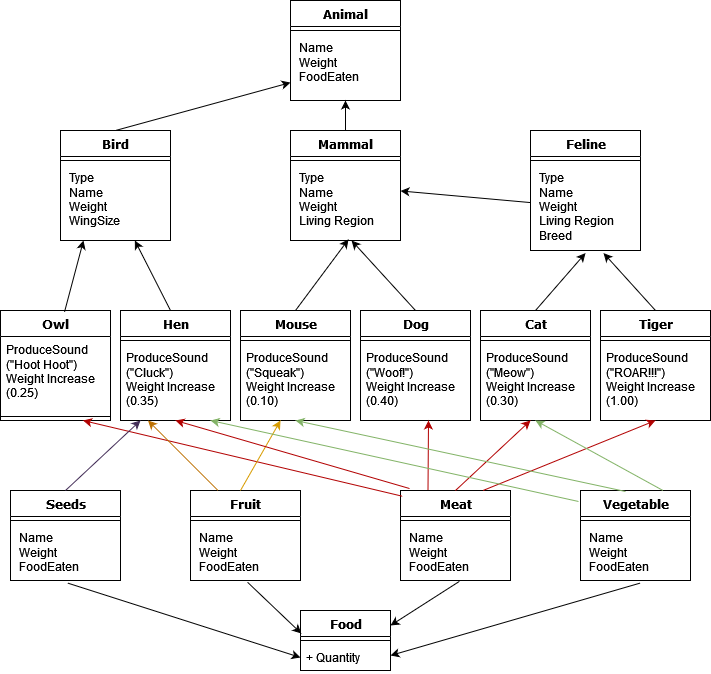
The draw.io diagram Csharp OOP/4_2_Polymorphism/4.WildFarm/4.WildFarm Hierarchy.drawio.png in Krasipeace/SoftUni, before a commit. Source tidied: cells renumbered, new cells last; positions are measured from the earlier drawing's top-left corner, leaving out a move shared by most shapes.
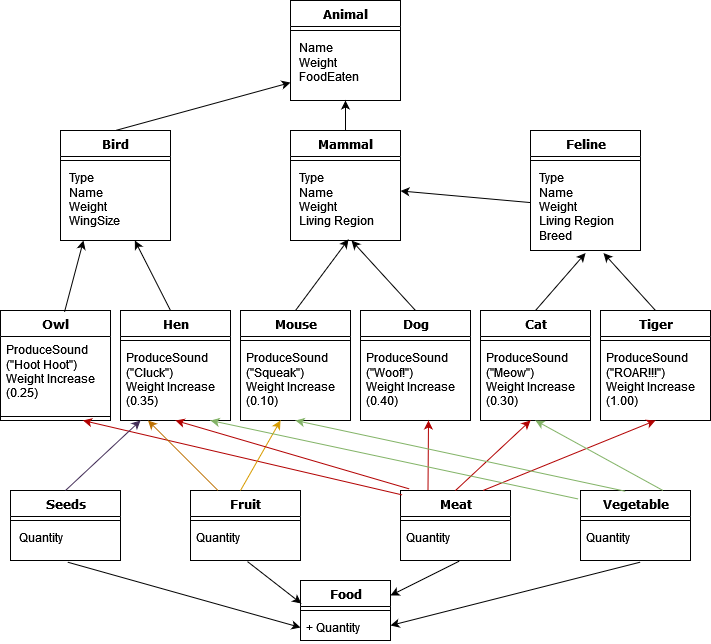
After the change.

The edit, as a diff of the source:
```diff
@@ -122,7 +122,7 @@
       <mxGeometry relative="1" as="geometry" />
     </mxCell>
     <mxCell id="41" value="Food" style="swimlane;html=1;fontStyle=1;align=center;verticalAlign=top;horizontal=1;startSize=26;swimlaneFillColor=#ffffff;rounded=0;shadow=0;comic=0;labelBackgroundColor=none;strokeWidth=1;fillColor=none;fontFamily=Verdana;fontSize=12;" parent="1" vertex="1">
-      <mxGeometry x="300" y="610" width="90" height="60" as="geometry" />
+      <mxGeometry x="300" y="580" width="90" height="60" as="geometry" />
     </mxCell>
     <mxCell id="42" style="line;html=1;strokeWidth=1;fillColor=none;align=left;verticalAlign=middle;spacingTop=-1;spacingLeft=3;spacingRight=3;labelPosition=right;" parent="41" vertex="1">
       <mxGeometry y="26" width="90" height="8" as="geometry" />
@@ -131,40 +131,40 @@
       <mxGeometry y="34" width="90" height="26" as="geometry" />
     </mxCell>
     <mxCell id="44" value="Seeds" style="swimlane;html=1;fontStyle=1;align=center;verticalAlign=top;horizontal=1;startSize=26;swimlaneFillColor=#ffffff;rounded=0;shadow=0;comic=0;labelBackgroundColor=none;strokeWidth=1;fillColor=none;fontFamily=Verdana;fontSize=12;" parent="1" vertex="1">
-      <mxGeometry x="10" y="490" width="110" height="90" as="geometry" />
+      <mxGeometry x="10" y="490" width="110" height="70" as="geometry" />
     </mxCell>
     <mxCell id="45" style="line;html=1;strokeWidth=1;fillColor=none;align=left;verticalAlign=middle;spacingTop=-1;spacingLeft=3;spacingRight=3;labelPosition=right;" parent="44" vertex="1">
       <mxGeometry y="26" width="110" height="8" as="geometry" />
     </mxCell>
-    <mxCell id="46" value="&lt;div&gt;&amp;nbsp;Name&lt;/div&gt;&lt;div&gt;&amp;nbsp;Weight&lt;/div&gt;&lt;div&gt;&amp;nbsp;FoodEaten&lt;br&gt;&lt;/div&gt;" style="text;html=1;strokeColor=none;fillColor=none;align=left;verticalAlign=top;spacingLeft=4;spacingRight=4;whiteSpace=wrap;overflow=hidden;points=[[0,0.5],[1,0.5]];portConstraint=eastwest;" parent="44" vertex="1">
-      <mxGeometry y="34" width="110" height="56" as="geometry" />
+    <mxCell id="46" value="&lt;div&gt;&amp;nbsp;Quantity&lt;/div&gt;&lt;div&gt;&amp;nbsp;&lt;/div&gt;&lt;div&gt;&amp;nbsp;&lt;br&gt;&lt;/div&gt;" style="text;html=1;strokeColor=none;fillColor=none;align=left;verticalAlign=top;spacingLeft=4;spacingRight=4;whiteSpace=wrap;overflow=hidden;points=[[0,0.5],[1,0.5]];portConstraint=eastwest;" parent="44" vertex="1">
+      <mxGeometry y="34" width="110" height="36" as="geometry" />
     </mxCell>
     <mxCell id="47" value="Fruit" style="swimlane;html=1;fontStyle=1;align=center;verticalAlign=top;horizontal=1;startSize=26;swimlaneFillColor=#ffffff;rounded=0;shadow=0;comic=0;labelBackgroundColor=none;strokeWidth=1;fillColor=none;fontFamily=Verdana;fontSize=12;" parent="1" vertex="1">
-      <mxGeometry x="190" y="490" width="110" height="90" as="geometry" />
+      <mxGeometry x="190" y="490" width="110" height="70" as="geometry" />
     </mxCell>
     <mxCell id="48" style="line;html=1;strokeWidth=1;fillColor=none;align=left;verticalAlign=middle;spacingTop=-1;spacingLeft=3;spacingRight=3;labelPosition=right;" parent="47" vertex="1">
       <mxGeometry y="26" width="110" height="8" as="geometry" />
     </mxCell>
-    <mxCell id="49" value="&lt;div&gt;&amp;nbsp;Name&lt;/div&gt;&lt;div&gt;&amp;nbsp;Weight&lt;/div&gt;&lt;div&gt;&amp;nbsp;FoodEaten&lt;br&gt;&lt;/div&gt;" style="text;html=1;strokeColor=none;fillColor=none;align=left;verticalAlign=top;spacingLeft=4;spacingRight=4;whiteSpace=wrap;overflow=hidden;points=[[0,0.5],[1,0.5]];portConstraint=eastwest;" parent="47" vertex="1">
-      <mxGeometry y="34" width="110" height="56" as="geometry" />
+    <mxCell id="49" value="Quantity" style="text;html=1;strokeColor=none;fillColor=none;align=left;verticalAlign=top;spacingLeft=4;spacingRight=4;whiteSpace=wrap;overflow=hidden;points=[[0,0.5],[1,0.5]];portConstraint=eastwest;" parent="47" vertex="1">
+      <mxGeometry y="34" width="110" height="36" as="geometry" />
     </mxCell>
     <mxCell id="50" value="Meat" style="swimlane;html=1;fontStyle=1;align=center;verticalAlign=top;horizontal=1;startSize=26;swimlaneFillColor=#ffffff;rounded=0;shadow=0;comic=0;labelBackgroundColor=none;strokeWidth=1;fillColor=none;fontFamily=Verdana;fontSize=12;" parent="1" vertex="1">
-      <mxGeometry x="400" y="490" width="110" height="90" as="geometry" />
+      <mxGeometry x="400" y="490" width="110" height="70" as="geometry" />
     </mxCell>
     <mxCell id="51" style="line;html=1;strokeWidth=1;fillColor=none;align=left;verticalAlign=middle;spacingTop=-1;spacingLeft=3;spacingRight=3;labelPosition=right;" parent="50" vertex="1">
       <mxGeometry y="26" width="110" height="8" as="geometry" />
     </mxCell>
-    <mxCell id="52" value="&lt;div&gt;&amp;nbsp;Name&lt;/div&gt;&lt;div&gt;&amp;nbsp;Weight&lt;/div&gt;&lt;div&gt;&amp;nbsp;FoodEaten&lt;br&gt;&lt;/div&gt;" style="text;html=1;strokeColor=none;fillColor=none;align=left;verticalAlign=top;spacingLeft=4;spacingRight=4;whiteSpace=wrap;overflow=hidden;points=[[0,0.5],[1,0.5]];portConstraint=eastwest;" parent="50" vertex="1">
-      <mxGeometry y="34" width="110" height="56" as="geometry" />
+    <mxCell id="52" value="&lt;div&gt;Quantity&lt;/div&gt;&lt;div&gt;&amp;nbsp;&lt;/div&gt;&lt;div&gt;&amp;nbsp;&lt;br&gt;&lt;/div&gt;" style="text;html=1;strokeColor=none;fillColor=none;align=left;verticalAlign=top;spacingLeft=4;spacingRight=4;whiteSpace=wrap;overflow=hidden;points=[[0,0.5],[1,0.5]];portConstraint=eastwest;" parent="50" vertex="1">
+      <mxGeometry y="34" width="110" height="36" as="geometry" />
     </mxCell>
     <mxCell id="53" value="Vegetable" style="swimlane;html=1;fontStyle=1;align=center;verticalAlign=top;horizontal=1;startSize=26;swimlaneFillColor=#ffffff;rounded=0;shadow=0;comic=0;labelBackgroundColor=none;strokeWidth=1;fillColor=none;fontFamily=Verdana;fontSize=12;" parent="1" vertex="1">
-      <mxGeometry x="580" y="490" width="110" height="90" as="geometry" />
+      <mxGeometry x="580" y="490" width="110" height="70" as="geometry" />
     </mxCell>
     <mxCell id="54" style="line;html=1;strokeWidth=1;fillColor=none;align=left;verticalAlign=middle;spacingTop=-1;spacingLeft=3;spacingRight=3;labelPosition=right;" parent="53" vertex="1">
       <mxGeometry y="26" width="110" height="8" as="geometry" />
     </mxCell>
-    <mxCell id="55" value="&lt;div&gt;&amp;nbsp;Name&lt;/div&gt;&lt;div&gt;&amp;nbsp;Weight&lt;/div&gt;&lt;div&gt;&amp;nbsp;FoodEaten&lt;br&gt;&lt;/div&gt;" style="text;html=1;strokeColor=none;fillColor=none;align=left;verticalAlign=top;spacingLeft=4;spacingRight=4;whiteSpace=wrap;overflow=hidden;points=[[0,0.5],[1,0.5]];portConstraint=eastwest;" parent="53" vertex="1">
-      <mxGeometry y="34" width="110" height="56" as="geometry" />
+    <mxCell id="55" value="Quantity" style="text;html=1;strokeColor=none;fillColor=none;align=left;verticalAlign=top;spacingLeft=4;spacingRight=4;whiteSpace=wrap;overflow=hidden;points=[[0,0.5],[1,0.5]];portConstraint=eastwest;" parent="53" vertex="1">
+      <mxGeometry y="34" width="110" height="36" as="geometry" />
     </mxCell>
     <mxCell id="56" style="endArrow=classic;html=1;rounded=0;exitX=0.518;exitY=1.045;exitDx=0;exitDy=0;exitPerimeter=0;entryX=0;entryY=0.5;entryDx=0;entryDy=0;" parent="1" edge="1" source="46" target="43">
       <mxGeometry relative="1" as="geometry" />
```
